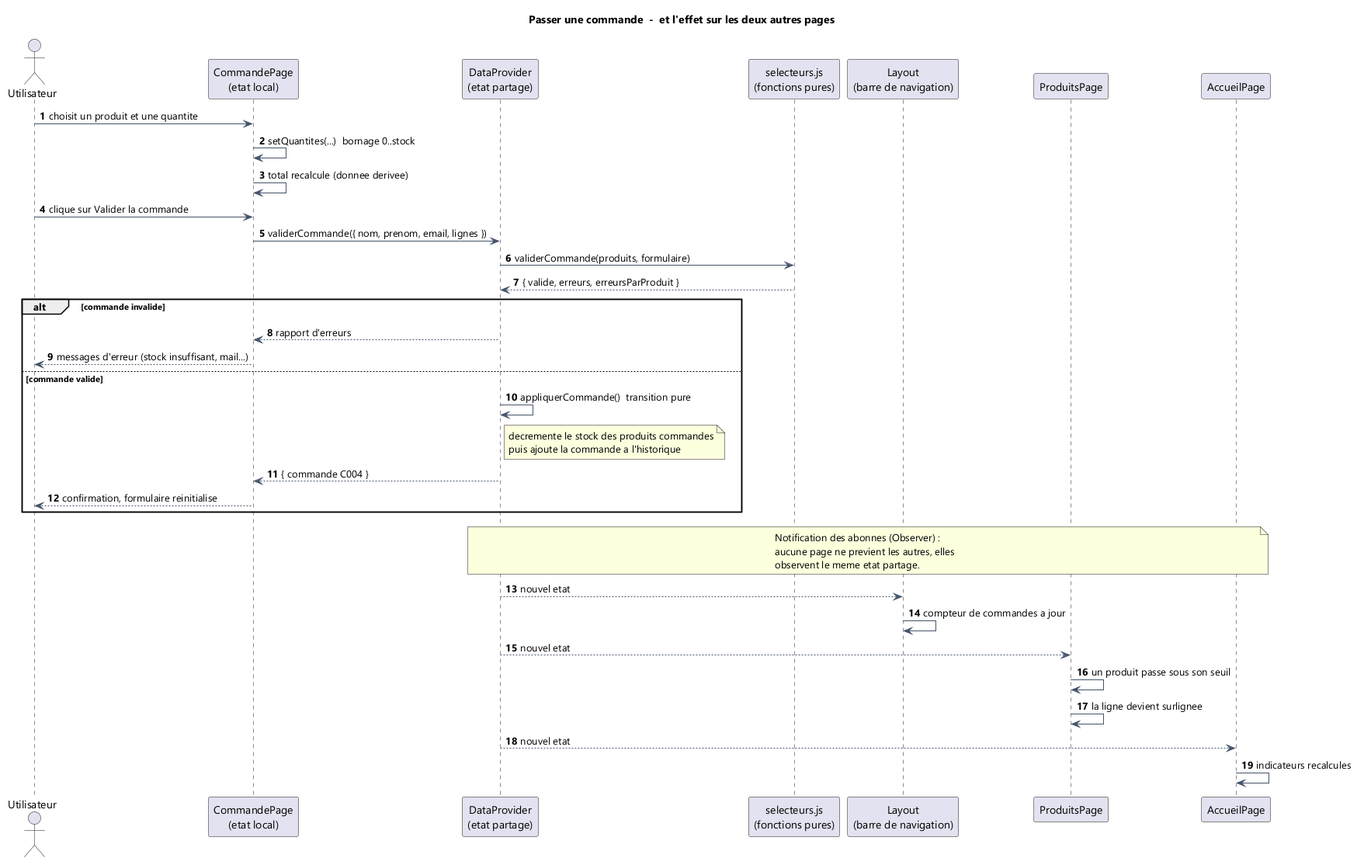
This is docs/diagrammes/03-sequence-commande.png from wenkais196-Gabriel/mini-projet-site-commercial, a PlantUML export, as it was before one commit.
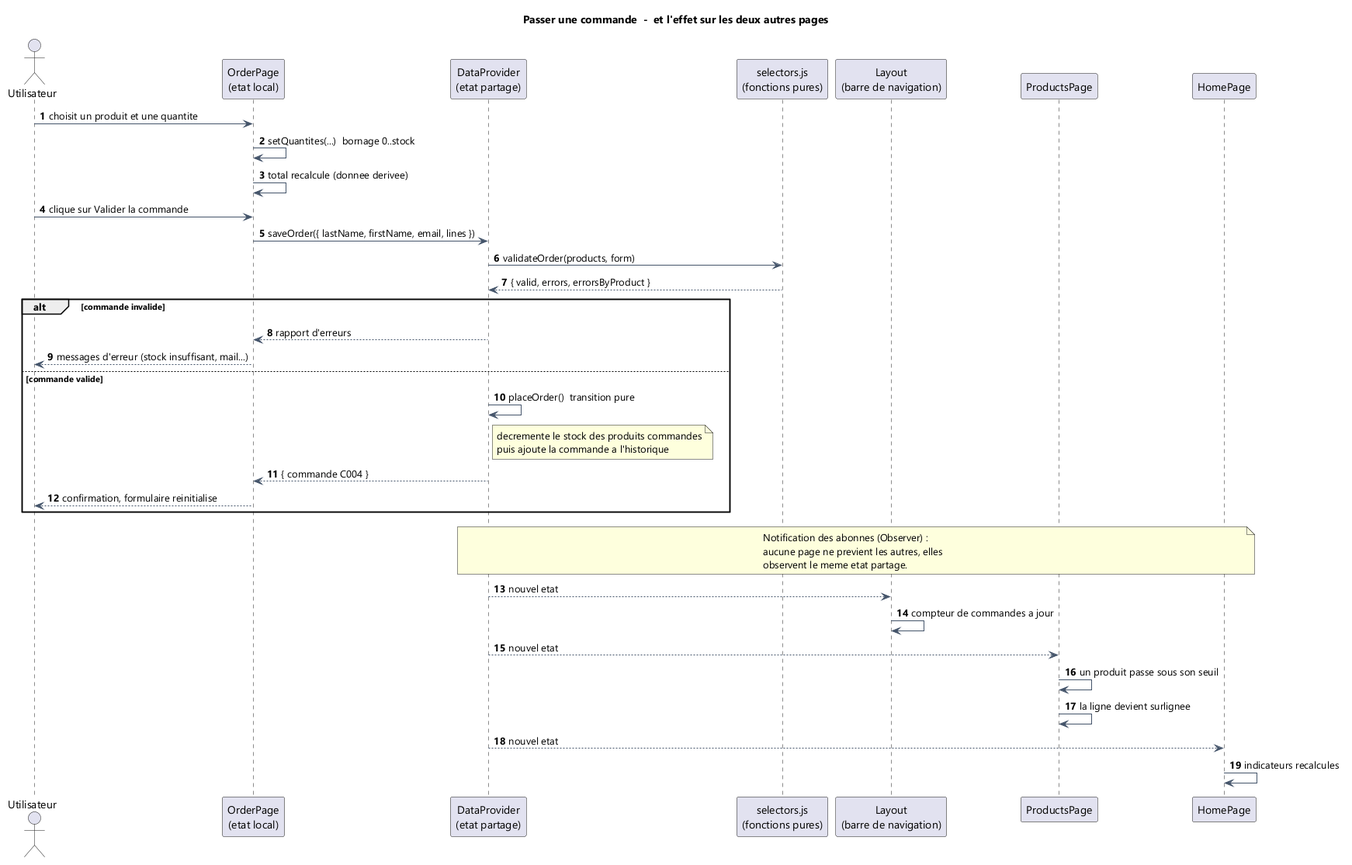
The same diagram one commit later.

Diff of the diagram source:
```diff
@@ -7,27 +7,27 @@
 autonumber
 
 actor "Utilisateur" as U
-participant "CommandePage\n(etat local)" as P
+participant "OrderPage\n(etat local)" as P
 participant "DataProvider\n(etat partage)" as S
-participant "selecteurs.js\n(fonctions pures)" as Sel
+participant "selectors.js\n(fonctions pures)" as Sel
 participant "Layout\n(barre de navigation)" as L
-participant "ProduitsPage" as Pr
-participant "AccueilPage" as A
+participant "ProductsPage" as Pr
+participant "HomePage" as A
 
 U -> P : choisit un produit et une quantite
 P -> P : setQuantites(...)  bornage 0..stock
 P -> P : total recalcule (donnee derivee)
 
 U -> P : clique sur Valider la commande
-P -> S : validerCommande({ nom, prenom, email, lignes })
-S -> Sel : validerCommande(produits, formulaire)
-Sel --> S : { valide, erreurs, erreursParProduit }
+P -> S : saveOrder({ lastName, firstName, email, lines })
+S -> Sel : validateOrder(products, form)
+Sel --> S : { valid, errors, errorsByProduct }
 
 alt commande invalide
   S --> P : rapport d'erreurs
   P --> U : messages d'erreur (stock insuffisant, mail...)
 else commande valide
-  S -> S : appliquerCommande()  transition pure
+  S -> S : placeOrder()  transition pure
   note right of S
     decremente le stock des produits commandes
     puis ajoute la commande a l'historique
```
